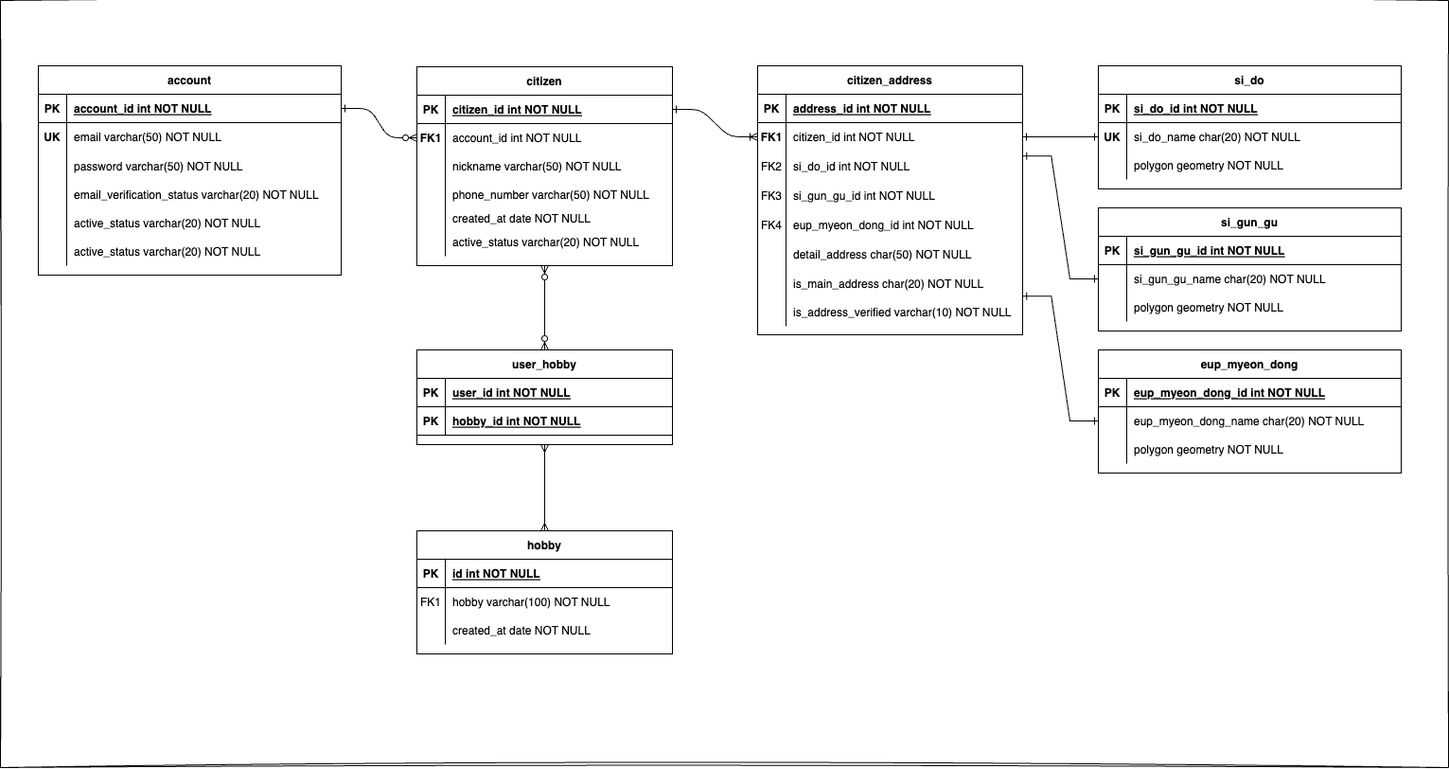
Earlier version of the draw.io export erd.drawio.png (choomi1217/neighbor). Source tidied: cells renumbered, new cells last; positions are measured from the earlier drawing's top-left corner, leaving out a move shared by most shapes.
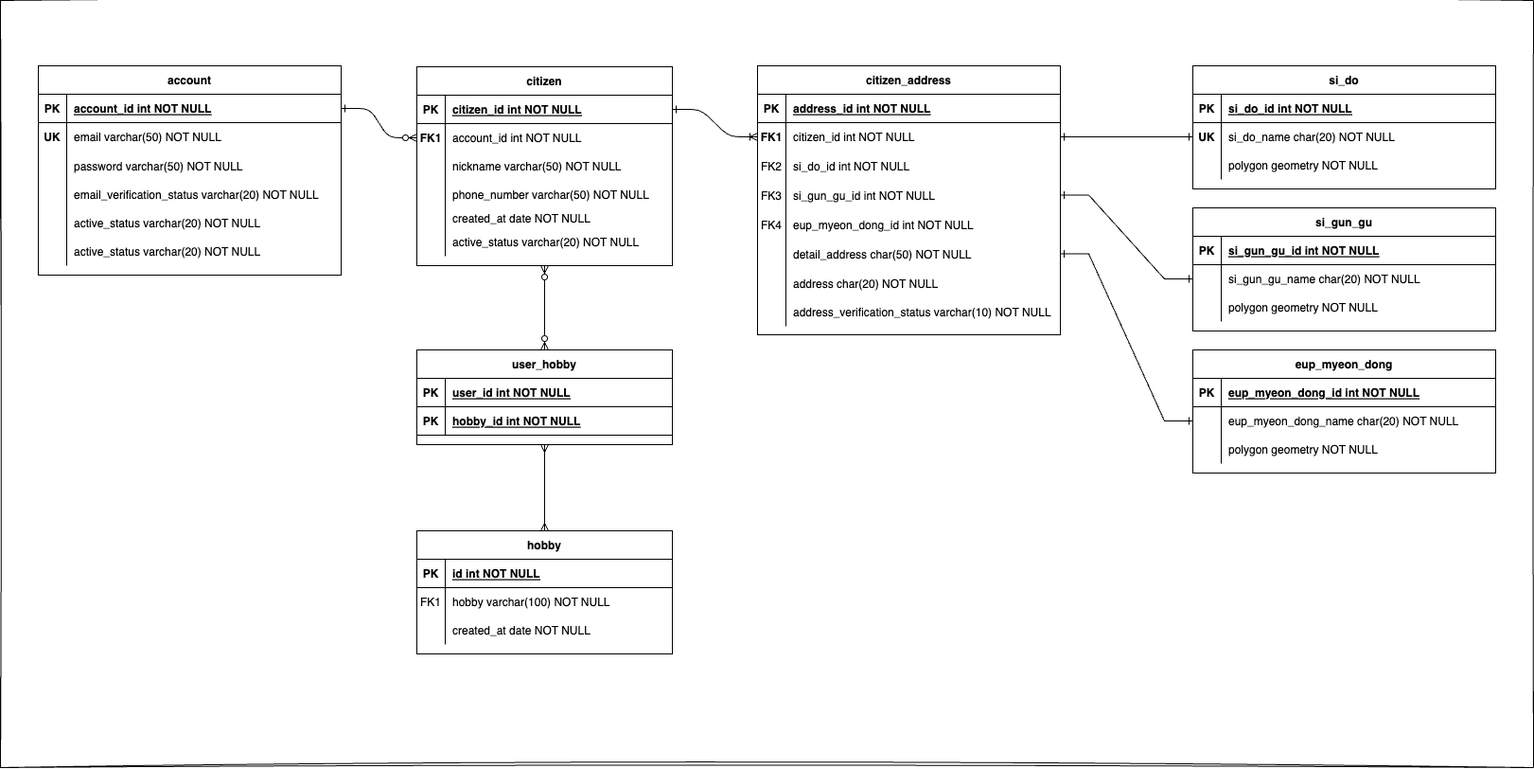
Later version of the same file.

Diff of the diagram source:
```diff
@@ -3,7 +3,7 @@
     <mxCell id="0" />
     <mxCell id="1" parent="0" />
     <mxCell id="2" style="rounded=0;whiteSpace=wrap;html=1;sketch=1;hachureGap=4;jiggle=2;curveFitting=1;fontFamily=Architects Daughter;fontSource=https%3A%2F%2Ffonts.googleapis.com%2Fcss%3Ffamily%3DArchitects%2BDaughter;fontSize=20;" parent="1" vertex="1">
-      <mxGeometry width="1530" height="810" as="geometry" />
+      <mxGeometry width="1620" height="810" as="geometry" />
     </mxCell>
     <mxCell id="3" style="edgeStyle=entityRelationEdgeStyle;endArrow=ERzeroToMany;startArrow=ERone;endFill=1;startFill=0;" parent="1" edge="1" source="50" target="9">
       <mxGeometry relative="1" as="geometry" />
@@ -69,79 +69,79 @@
       <mxGeometry x="30" width="240" height="30" as="geometry" />
     </mxCell>
     <mxCell id="24" value="citizen_address" style="shape=table;startSize=30;rowLines=0;fontStyle=1;align=center;" parent="1" vertex="1">
-      <mxGeometry x="800" y="69" width="280" height="284" as="geometry" />
+      <mxGeometry x="800" y="69" width="320" height="284" as="geometry" />
     </mxCell>
     <mxCell id="25" style="shape=partialRectangle;fillColor=none;top=0;left=0;right=0;bottom=1;" parent="24" vertex="1">
-      <mxGeometry y="30" width="280" height="30" as="geometry" />
+      <mxGeometry y="30" width="320" height="30" as="geometry" />
     </mxCell>
     <mxCell id="26" value="PK" style="shape=partialRectangle;overflow=hidden;fillColor=none;top=0;left=0;bottom=0;right=0;fontStyle=1;" parent="25" vertex="1">
       <mxGeometry width="30" height="30" as="geometry" />
     </mxCell>
     <mxCell id="27" value="address_id int NOT NULL " style="shape=partialRectangle;overflow=hidden;fillColor=none;top=0;left=0;bottom=0;right=0;align=left;spacingLeft=6;fontStyle=5;" parent="25" vertex="1">
-      <mxGeometry x="30" width="250" height="30" as="geometry" />
+      <mxGeometry x="30" width="290" height="30" as="geometry" />
     </mxCell>
     <mxCell id="28" style="shape=partialRectangle;fillColor=none;points=[[0,0.5],[1,0.5]];portConstraint=eastwest;top=0;left=0;right=0;bottom=0;" parent="24" vertex="1">
-      <mxGeometry y="60" width="280" height="30" as="geometry" />
+      <mxGeometry y="60" width="320" height="30" as="geometry" />
     </mxCell>
     <mxCell id="29" value="FK1" style="shape=partialRectangle;overflow=hidden;fillColor=none;top=0;left=0;bottom=0;right=0;fontStyle=1;" parent="28" vertex="1">
       <mxGeometry width="30" height="30" as="geometry" />
     </mxCell>
     <mxCell id="30" value="citizen_id int NOT NULL" style="shape=partialRectangle;overflow=hidden;fillColor=none;top=0;left=0;bottom=0;right=0;align=left;spacingLeft=6;" parent="28" vertex="1">
-      <mxGeometry x="30" width="250" height="30" as="geometry" />
+      <mxGeometry x="30" width="290" height="30" as="geometry" />
     </mxCell>
     <mxCell id="31" style="shape=partialRectangle;fillColor=none;points=[[0,0.5],[1,0.5]];portConstraint=eastwest;top=0;left=0;right=0;bottom=0;" parent="24" vertex="1">
-      <mxGeometry y="90" width="280" height="31" as="geometry" />
+      <mxGeometry y="90" width="320" height="31" as="geometry" />
     </mxCell>
     <mxCell id="32" value="FK2" style="shape=partialRectangle;overflow=hidden;fillColor=none;top=0;left=0;bottom=0;right=0;" parent="31" vertex="1">
       <mxGeometry width="30" height="31" as="geometry" />
     </mxCell>
     <mxCell id="33" value="si_do_id int NOT NULL" style="shape=partialRectangle;overflow=hidden;fillColor=none;top=0;left=0;bottom=0;right=0;align=left;spacingLeft=6;" parent="31" vertex="1">
-      <mxGeometry x="30" width="250" height="31" as="geometry" />
+      <mxGeometry x="30" width="290" height="31" as="geometry" />
     </mxCell>
     <mxCell id="34" style="shape=partialRectangle;fillColor=none;points=[[0,0.5],[1,0.5]];portConstraint=eastwest;top=0;left=0;right=0;bottom=0;" parent="24" vertex="1">
-      <mxGeometry y="121" width="280" height="31" as="geometry" />
+      <mxGeometry y="121" width="320" height="31" as="geometry" />
     </mxCell>
     <mxCell id="35" value="FK3" style="shape=partialRectangle;overflow=hidden;fillColor=none;top=0;left=0;bottom=0;right=0;" parent="34" vertex="1">
       <mxGeometry width="30" height="31" as="geometry" />
     </mxCell>
     <mxCell id="36" value="si_gun_gu_id int NOT NULL" style="shape=partialRectangle;overflow=hidden;fillColor=none;top=0;left=0;bottom=0;right=0;align=left;spacingLeft=6;" parent="34" vertex="1">
-      <mxGeometry x="30" width="250" height="31" as="geometry" />
+      <mxGeometry x="30" width="290" height="31" as="geometry" />
     </mxCell>
     <mxCell id="37" style="shape=partialRectangle;fillColor=none;top=0;left=0;right=0;bottom=0;" parent="24" vertex="1">
-      <mxGeometry y="152" width="280" height="31" as="geometry" />
+      <mxGeometry y="152" width="320" height="31" as="geometry" />
     </mxCell>
     <mxCell id="38" value="FK4" style="shape=partialRectangle;overflow=hidden;fillColor=none;top=0;left=0;bottom=0;right=0;" parent="37" vertex="1">
       <mxGeometry width="30" height="31" as="geometry" />
     </mxCell>
     <mxCell id="39" value="eup_myeon_dong_id int NOT NULL" style="shape=partialRectangle;overflow=hidden;fillColor=none;top=0;left=0;bottom=0;right=0;align=left;spacingLeft=6;" parent="37" vertex="1">
-      <mxGeometry x="30" width="250" height="31" as="geometry" />
+      <mxGeometry x="30" width="290" height="31" as="geometry" />
     </mxCell>
     <mxCell id="40" style="shape=partialRectangle;fillColor=none;points=[[0,0.5],[1,0.5]];portConstraint=eastwest;top=0;left=0;right=0;bottom=0;" parent="24" vertex="1">
-      <mxGeometry y="183" width="280" height="31" as="geometry" />
+      <mxGeometry y="183" width="320" height="31" as="geometry" />
     </mxCell>
     <mxCell id="41" style="shape=partialRectangle;overflow=hidden;fillColor=none;top=0;left=0;bottom=0;right=0;" parent="40" vertex="1">
       <mxGeometry width="30" height="31" as="geometry" />
     </mxCell>
     <mxCell id="42" value="detail_address char(50) NOT NULL" style="shape=partialRectangle;overflow=hidden;fillColor=none;top=0;left=0;bottom=0;right=0;align=left;spacingLeft=6;" parent="40" vertex="1">
-      <mxGeometry x="30" width="250" height="31" as="geometry" />
+      <mxGeometry x="30" width="290" height="31" as="geometry" />
     </mxCell>
     <mxCell id="43" style="shape=partialRectangle;fillColor=none;top=0;left=0;right=0;bottom=0;" parent="24" vertex="1">
-      <mxGeometry y="214" width="280" height="31" as="geometry" />
+      <mxGeometry y="214" width="320" height="31" as="geometry" />
     </mxCell>
     <mxCell id="44" style="shape=partialRectangle;overflow=hidden;fillColor=none;top=0;left=0;bottom=0;right=0;" parent="43" vertex="1">
       <mxGeometry width="30" height="31" as="geometry" />
     </mxCell>
-    <mxCell id="45" value="is_main_address char(20) NOT NULL" style="shape=partialRectangle;overflow=hidden;fillColor=none;top=0;left=0;bottom=0;right=0;align=left;spacingLeft=6;" parent="43" vertex="1">
-      <mxGeometry x="30" width="250" height="31" as="geometry" />
+    <mxCell id="45" value="address char(20) NOT NULL" style="shape=partialRectangle;overflow=hidden;fillColor=none;top=0;left=0;bottom=0;right=0;align=left;spacingLeft=6;" parent="43" vertex="1">
+      <mxGeometry x="30" width="290" height="31" as="geometry" />
     </mxCell>
     <mxCell id="46" style="shape=partialRectangle;fillColor=none;points=[[0,0.5],[1,0.5]];portConstraint=eastwest;top=0;left=0;right=0;bottom=0;" parent="24" vertex="1">
-      <mxGeometry y="245" width="280" height="30" as="geometry" />
+      <mxGeometry y="245" width="320" height="30" as="geometry" />
     </mxCell>
     <mxCell id="47" style="shape=partialRectangle;overflow=hidden;fillColor=none;top=0;left=0;bottom=0;right=0;" parent="46" vertex="1">
       <mxGeometry width="30" height="30" as="geometry" />
     </mxCell>
-    <mxCell id="48" value="is_address_verified varchar(10) NOT NULL" style="shape=partialRectangle;overflow=hidden;fillColor=none;top=0;left=0;bottom=0;right=0;align=left;spacingLeft=6;" parent="46" vertex="1">
-      <mxGeometry x="30" width="250" height="30" as="geometry" />
+    <mxCell id="48" value="address_verification_status varchar(10) NOT NULL" style="shape=partialRectangle;overflow=hidden;fillColor=none;top=0;left=0;bottom=0;right=0;align=left;spacingLeft=6;" parent="46" vertex="1">
+      <mxGeometry x="30" width="290" height="30" as="geometry" />
     </mxCell>
     <mxCell id="49" value="account" style="shape=table;startSize=30;rowLines=0;fontStyle=1;align=center;" parent="1" vertex="1">
       <mxGeometry x="40" y="69" width="320" height="221" as="geometry" />
@@ -258,7 +258,7 @@
       <mxGeometry relative="1" as="geometry" />
     </mxCell>
     <mxCell id="87" value="si_do" style="shape=table;startSize=30;rowLines=0;fontStyle=1;align=center;" parent="1" vertex="1">
-      <mxGeometry x="1160" y="69" width="320" height="130" as="geometry" />
+      <mxGeometry x="1260" y="69" width="320" height="130" as="geometry" />
     </mxCell>
     <mxCell id="88" style="shape=partialRectangle;fillColor=none;top=0;left=0;right=0;bottom=1;" parent="87" vertex="1">
       <mxGeometry y="30" width="320" height="30" as="geometry" />
@@ -288,7 +288,7 @@
       <mxGeometry x="30" width="290" height="30" as="geometry" />
     </mxCell>
     <mxCell id="97" value="si_gun_gu" style="shape=table;startSize=30;rowLines=0;fontStyle=1;align=center;" parent="1" vertex="1">
-      <mxGeometry x="1160" y="219" width="320" height="130" as="geometry" />
+      <mxGeometry x="1260" y="219" width="320" height="130" as="geometry" />
     </mxCell>
     <mxCell id="98" style="shape=partialRectangle;fillColor=none;top=0;left=0;right=0;bottom=1;" parent="97" vertex="1">
       <mxGeometry y="30" width="320" height="30" as="geometry" />
@@ -318,7 +318,7 @@
       <mxGeometry x="30" width="290" height="30" as="geometry" />
     </mxCell>
     <mxCell id="107" value="eup_myeon_dong" style="shape=table;startSize=30;rowLines=0;fontStyle=1;align=center;" parent="1" vertex="1">
-      <mxGeometry x="1160" y="369" width="320" height="130" as="geometry" />
+      <mxGeometry x="1260" y="369" width="320" height="130" as="geometry" />
     </mxCell>
     <mxCell id="108" style="shape=partialRectangle;fillColor=none;top=0;left=0;right=0;bottom=1;" parent="107" vertex="1">
       <mxGeometry y="30" width="320" height="30" as="geometry" />
@@ -350,10 +350,10 @@
     <mxCell id="117" style="edgeStyle=entityRelationEdgeStyle;fontSize=12;html=1;endArrow=ERone;rounded=0;hachureGap=4;fontFamily=Architects Daughter;fontSource=https%3A%2F%2Ffonts.googleapis.com%2Fcss%3Ffamily%3DArchitects%2BDaughter;exitX=0;exitY=0.5;exitDx=0;exitDy=0;entryX=1;entryY=0.5;entryDx=0;entryDy=0;startArrow=ERone;startFill=0;endFill=0;" parent="1" edge="1" source="91" target="28">
       <mxGeometry relative="1" as="geometry" />
     </mxCell>
-    <mxCell id="118" style="edgeStyle=entityRelationEdgeStyle;fontSize=12;html=1;endArrow=ERone;rounded=0;hachureGap=4;fontFamily=Architects Daughter;fontSource=https%3A%2F%2Ffonts.googleapis.com%2Fcss%3Ffamily%3DArchitects%2BDaughter;exitX=0;exitY=0.5;exitDx=0;exitDy=0;entryX=1.001;entryY=0.168;entryDx=0;entryDy=0;entryPerimeter=0;startArrow=ERone;startFill=0;endFill=0;" parent="1" edge="1" source="101" target="31">
+    <mxCell id="118" style="edgeStyle=entityRelationEdgeStyle;fontSize=12;html=1;endArrow=ERone;rounded=0;hachureGap=4;fontFamily=Architects Daughter;fontSource=https%3A%2F%2Ffonts.googleapis.com%2Fcss%3Ffamily%3DArchitects%2BDaughter;exitX=0;exitY=0.5;exitDx=0;exitDy=0;entryX=1;entryY=0.5;entryDx=0;entryDy=0;startArrow=ERone;startFill=0;endFill=0;" parent="1" edge="1" source="101" target="34">
       <mxGeometry relative="1" as="geometry" />
     </mxCell>
-    <mxCell id="119" style="edgeStyle=entityRelationEdgeStyle;fontSize=12;html=1;endArrow=ERone;rounded=0;hachureGap=4;fontFamily=Architects Daughter;fontSource=https%3A%2F%2Ffonts.googleapis.com%2Fcss%3Ffamily%3DArchitects%2BDaughter;exitX=0;exitY=0.5;exitDx=0;exitDy=0;entryX=1.001;entryY=-0.06;entryDx=0;entryDy=0;entryPerimeter=0;startArrow=ERone;startFill=0;endFill=0;" parent="1" edge="1" source="111" target="46">
+    <mxCell id="119" style="edgeStyle=entityRelationEdgeStyle;fontSize=12;html=1;endArrow=ERone;rounded=0;hachureGap=4;fontFamily=Architects Daughter;fontSource=https%3A%2F%2Ffonts.googleapis.com%2Fcss%3Ffamily%3DArchitects%2BDaughter;exitX=0;exitY=0.5;exitDx=0;exitDy=0;entryX=1;entryY=0.5;entryDx=0;entryDy=0;startArrow=ERone;startFill=0;endFill=0;" parent="1" edge="1" source="111" target="40">
       <mxGeometry relative="1" as="geometry" />
     </mxCell>
   </root>
```
